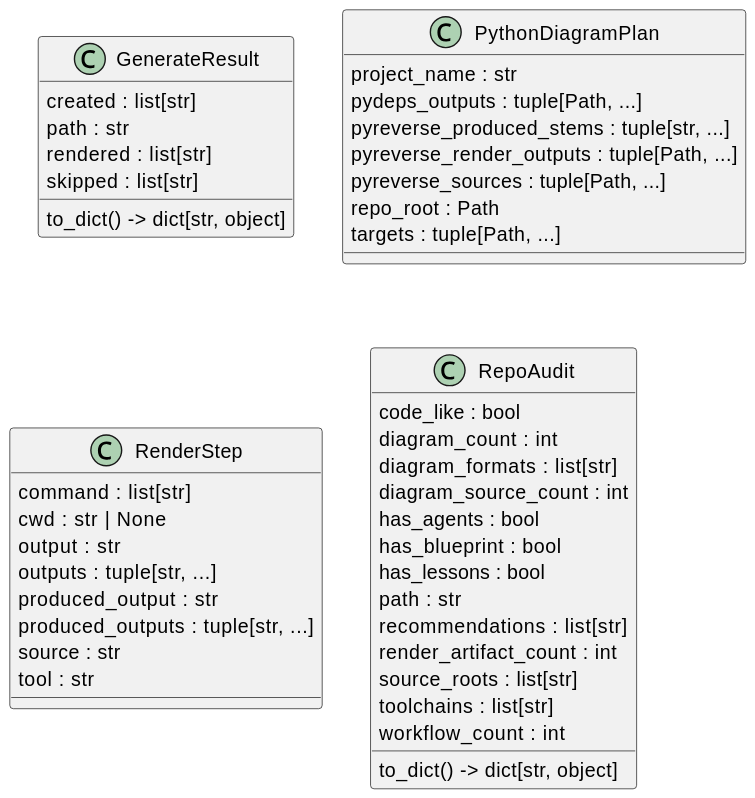
Earlier version of the PlantUML export docs/diagrams/python-classes.puml.svg (casonk/archility). Its diagram source:
```plantuml
@startuml
set namespaceSeparator none
class "GenerateResult" as archility.generate.GenerateResult {
  created : list[str]
  path : str
  rendered : list[str]
  skipped : list[str]
  to_dict() -> dict[str, object]
}
class "PythonDiagramPlan" as archility.render.PythonDiagramPlan {
  project_name : str
  pydeps_outputs : tuple[Path, ...]
  pyreverse_produced_stems : tuple[str, ...]
  pyreverse_render_outputs : tuple[Path, ...]
  pyreverse_sources : tuple[Path, ...]
  repo_root : Path
  targets : tuple[Path, ...]
}
class "RenderStep" as archility.render.RenderStep {
  command : list[str]
  cwd : str | None
  output : str
  outputs : tuple[str, ...]
  produced_output : str
  produced_outputs : tuple[str, ...]
  source : str
  tool : str
}
class "RepoAudit" as archility.audit.RepoAudit {
  code_like : bool
  diagram_count : int
  diagram_formats : list[str]
  diagram_source_count : int
  has_agents : bool
  has_blueprint : bool
  has_lessons : bool
  path : str
  recommendations : list[str]
  render_artifact_count : int
  source_roots : list[str]
  toolchains : list[str]
  workflow_count : int
  to_dict() -> dict[str, object]
}
@enduml
```
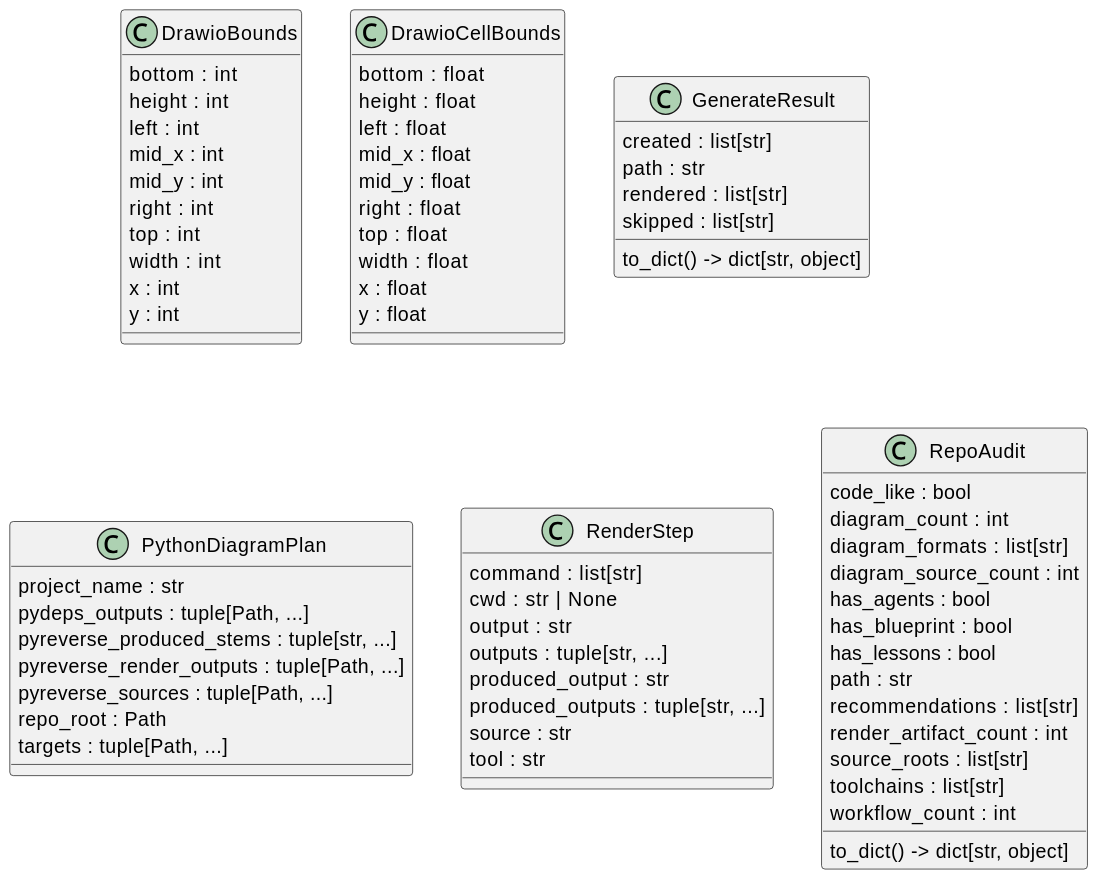
After the change.

Commit message:
feat: improve python diagram generation and drawio routing

Diff of the diagram source:
```diff
@@ -1,5 +1,29 @@
 @startuml
 set namespaceSeparator none
+class "DrawioBounds" as archility.generate.DrawioBounds {
+  bottom : int
+  height : int
+  left : int
+  mid_x : int
+  mid_y : int
+  right : int
+  top : int
+  width : int
+  x : int
+  y : int
+}
+class "DrawioCellBounds" as archility.render.DrawioCellBounds {
+  bottom : float
+  height : float
+  left : float
+  mid_x : float
+  mid_y : float
+  right : float
+  top : float
+  width : float
+  x : float
+  y : float
+}
 class "GenerateResult" as archility.generate.GenerateResult {
   created : list[str]
   path : str
```
